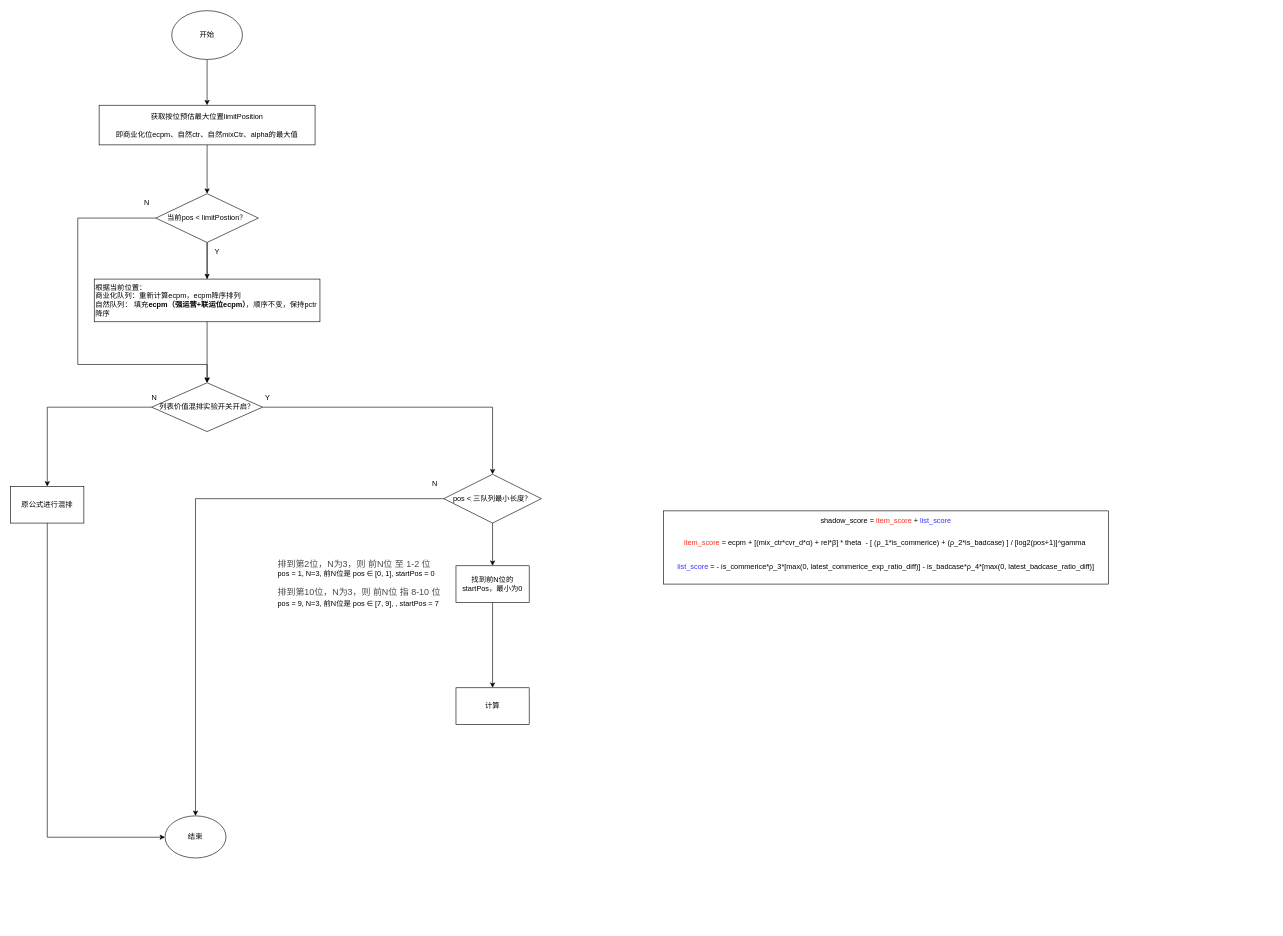
The draw.io diagram 22218713 【商店搜索】列表价值混排方法-虚拟价格.drawio in ETHAN0430/draw.io.repo, before the edit. Source tidied: cells renumbered, new cells numbered last; positions are measured from the earlier drawing's top-left corner, leaving out a move shared by most shapes. Both pictures are drawn from the tidied source at 61%, with x=0, y=0 at pixel (10, 10).
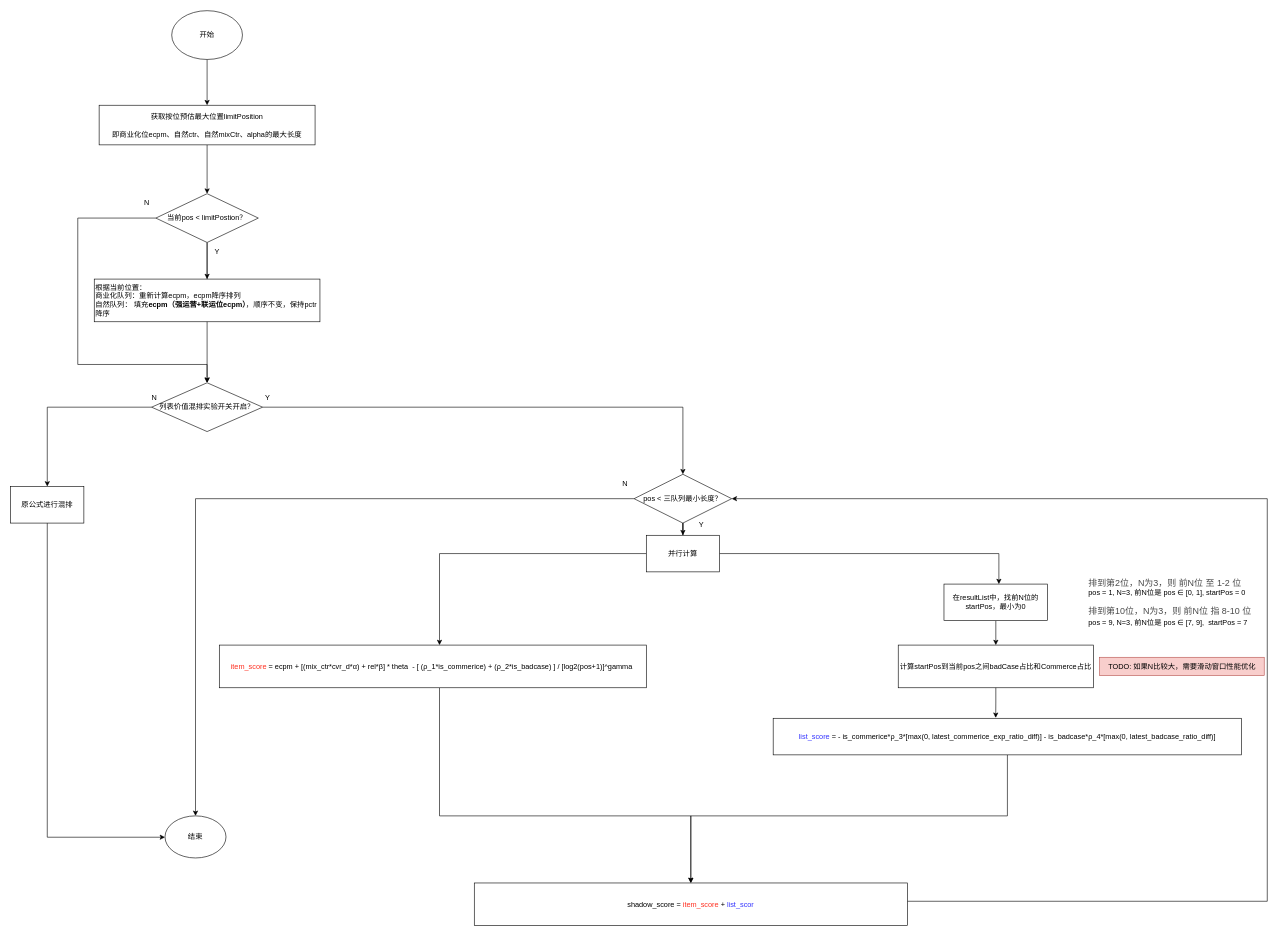
After the change.

Commit message:
更新22218713 【商店搜索】列表价值混排方法-虚拟价格.drawio

Diff of the diagram source:
```diff
@@
+    <mxCell id="30" style="edgeStyle=orthogonalEdgeStyle;rounded=0;jettySize=auto;html=1;entryX=1;entryY=0.5;entryDx=0;entryDy=0;" parent="1" edge="1" source="4" target="28">
+      <mxGeometry relative="1" as="geometry">
+        <Array as="points">
+          <mxPoint x="2060" y="1460" />
+          <mxPoint x="2060" y="800" />
+        </Array>
+      </mxGeometry>
+    </mxCell>
-    <mxCell id="4" value="&lt;span&gt;&lt;div style=&quot;line-height: 100%;&quot; class=&quot;ql-code-block ql-long-10203 ql-authorBlock-10203 ql-direction-ltr&quot;&gt;shadow_score &lt;span class=&quot;ql-token hljs-operator&quot;&gt;=&lt;/span&gt; &lt;font color=&quot;#ff2e1f&quot;&gt;item_score&lt;/font&gt; &lt;span class=&quot;ql-token hljs-operator&quot;&gt;+&lt;/span&gt; &lt;font color=&quot;#3333ff&quot;&gt;list_score&lt;/font&gt;&lt;br&gt;&lt;br&gt;&lt;span data-docs-delta=&quot;[[20,&amp;quot;item_score = ecpm + [(mix_ctr*cvr_d*α) + rel*β] * theta&amp;quot;],[20,&amp;quot;\n&amp;quot;,&amp;quot;24:\&amp;quot;LYW5\&amp;quot;|36:150|direction:\&amp;quot;ltr\&amp;quot;&amp;quot;],[20,&amp;quot;          - [ (ρ_1*is_commerice) + (ρ_2*is_badcase) ] / [log2(pos+1)]^gamma &amp;quot;],[20,&amp;quot;\n&amp;quot;,&amp;quot;24:\&amp;quot;6fk8\&amp;quot;|36:150|direction:\&amp;quot;ltr\&amp;quot;&amp;quot;]]&quot;&gt;&lt;pre&gt;&lt;font face=&quot;Helvetica&quot;&gt;&lt;font color=&quot;#ff2e1f&quot;&gt;item_score&lt;/font&gt; = ecpm + [(mix_ctr*cvr_d*α) + rel*β] * theta  - [ (ρ_1*is_commerice) + (ρ_2*is_badcase) ] / [log2(pos+1)]^gamma &lt;br&gt;&lt;br&gt;&lt;/font&gt;&lt;pre&gt;&lt;font face=&quot;Helvetica&quot;&gt;&lt;font color=&quot;#3333ff&quot;&gt;list_score&lt;/font&gt; = - is_commerice*ρ_3*[max(0, latest_commerice_exp_ratio_diff)] - is_badcase*ρ_4*[max(0, latest_badcase_ratio_diff)]&lt;/font&gt;&lt;/pre&gt;&lt;/pre&gt;&lt;/span&gt;&lt;/div&gt;&lt;/span&gt;" style="whiteSpace=wrap;html=1;" parent="1" vertex="1">
-      <mxGeometry x="1070" y="820" width="730" height="120" as="geometry" />
+    <mxCell id="4" value="&lt;span&gt;&lt;div style=&quot;line-height: 100%;&quot; class=&quot;ql-code-block ql-long-10203 ql-authorBlock-10203 ql-direction-ltr&quot;&gt;shadow_score &lt;span class=&quot;ql-token hljs-operator&quot;&gt;=&lt;/span&gt; &lt;font color=&quot;#ff2e1f&quot;&gt;item_score&lt;/font&gt; &lt;span class=&quot;ql-token hljs-operator&quot;&gt;+&lt;/span&gt; &lt;font color=&quot;#3333ff&quot;&gt;list_scor&lt;/font&gt;&lt;/div&gt;&lt;/span&gt;" style="whiteSpace=wrap;html=1;" parent="1" vertex="1">
+      <mxGeometry x="760" y="1430" width="710" height="70" as="geometry" />
     </mxCell>
@@
-    <mxCell id="6" value="获取按位预估最大位置limitPosition&lt;br&gt;&lt;br&gt;即商业化位ecpm、自然ctr、自然mixCtr、alpha的最大值" style="whiteSpace=wrap;html=1;" parent="1" vertex="1">
+    <mxCell id="6" value="获取按位预估最大位置limitPosition&lt;br&gt;&lt;br&gt;即商业化位ecpm、自然ctr、自然mixCtr、alpha的最大长度" style="whiteSpace=wrap;html=1;" parent="1" vertex="1">
       <mxGeometry x="145" y="155" width="354" height="65" as="geometry" />
     </mxCell>
@@
-    <mxCell id="22" value="&lt;span style=&quot;color: rgb(73, 73, 73); font-size: 14.6667px;&quot;&gt;排到第2位，N为3，则 前N位 至 1-2 位&lt;br&gt;&lt;/span&gt;pos = 1, N=3, 前N位是 pos ∈ [0, 1], startPos = 0&lt;br&gt;&lt;br style=&quot;color: rgb(73, 73, 73); font-size: 14.6667px;&quot;&gt;&lt;span style=&quot;color: rgb(73, 73, 73); font-size: 14.6667px;&quot;&gt;排到第10位，N为3，则 前N位 指 8-10 位&lt;br&gt;&lt;/span&gt;pos = 9, N=3, 前N位是 pos ∈ [7, 9], , startPos = 7&lt;span style=&quot;color: rgb(73, 73, 73); font-size: 14.6667px;&quot;&gt;&lt;br&gt;&lt;/span&gt;" style="text;html=1;align=left;verticalAlign=middle;strokeColor=none;fillColor=none;" parent="1" vertex="1">
-      <mxGeometry x="436" y="890" width="290" height="100" as="geometry" />
+    <mxCell id="22" value="&lt;span style=&quot;color: rgb(73, 73, 73); font-size: 14.6667px;&quot;&gt;排到第2位，N为3，则 前N位 至 1-2 位&lt;br&gt;&lt;/span&gt;pos = 1, N=3, 前N位是 pos ∈ [0, 1], startPos = 0&lt;br&gt;&lt;br style=&quot;color: rgb(73, 73, 73); font-size: 14.6667px;&quot;&gt;&lt;span style=&quot;color: rgb(73, 73, 73); font-size: 14.6667px;&quot;&gt;排到第10位，N为3，则 前N位 指 8-10 位&lt;br&gt;&lt;/span&gt;pos = 9, N=3, 前N位是 pos ∈ [7, 9],&amp;nbsp; startPos = 7&lt;span style=&quot;color: rgb(73, 73, 73); font-size: 14.6667px;&quot;&gt;&lt;br&gt;&lt;/span&gt;" style="text;html=1;align=left;verticalAlign=middle;strokeColor=none;fillColor=none;" parent="1" vertex="1">
+      <mxGeometry x="1765" y="920" width="290" height="100" as="geometry" />
     </mxCell>
@@
-    <mxCell id="24" value="找到前N位的startPos，最小为0" style="whiteSpace=wrap;html=1;" parent="1" vertex="1">
-      <mxGeometry x="730" y="910" width="120" height="60" as="geometry" />
+    <mxCell id="24" value="在resultList中，找前N位的startPos，最小为0" style="whiteSpace=wrap;html=1;" parent="1" vertex="1">
+      <mxGeometry x="1530" y="940" width="170" height="60" as="geometry" />
     </mxCell>
-    <mxCell id="25" value="计算" style="whiteSpace=wrap;html=1;" parent="1" vertex="1">
-      <mxGeometry x="730" y="1110" width="120" height="60" as="geometry" />
+    <mxCell id="25" value="计算startPos到当前pos之间badCase占比和Commerce占比" style="whiteSpace=wrap;html=1;" parent="1" vertex="1">
+      <mxGeometry x="1455" y="1040" width="320" height="70" as="geometry" />
     </mxCell>
@@
-    <mxCell id="27" style="edgeStyle=orthogonalEdgeStyle;rounded=0;jettySize=auto;html=1;entryX=0.5;entryY=0;entryDx=0;entryDy=0;" parent="1" edge="1" source="28" target="24">
-      <mxGeometry relative="1" as="geometry" />
-    </mxCell>
+    <mxCell id="31" style="edgeStyle=orthogonalEdgeStyle;rounded=0;jettySize=auto;html=1;" parent="1" edge="1" source="28" target="36">
+      <mxGeometry relative="1" as="geometry" />
+    </mxCell>
     <mxCell id="28" value="pos &amp;lt; 三队列最小长度？" style="rhombus;whiteSpace=wrap;html=1;" parent="1" vertex="1">
-      <mxGeometry x="710" y="760" width="160" height="80" as="geometry" />
+      <mxGeometry x="1022" y="760" width="160" height="80" as="geometry" />
     </mxCell>
     <mxCell id="29" value="N" style="text;html=1;align=center;verticalAlign=middle;strokeColor=none;fillColor=none;" parent="1" vertex="1">
-      <mxGeometry x="680" y="760" width="30" height="30" as="geometry" />
+      <mxGeometry x="992" y="760" width="30" height="30" as="geometry" />
     </mxCell>
+    <mxCell id="32" value="TODO: 如果N比较大，需要滑动窗口性能优化" style="text;html=1;align=center;verticalAlign=middle;strokeColor=#b85450;fillColor=#f8cecc;" parent="1" vertex="1">
+      <mxGeometry x="1785" y="1060" width="270" height="30" as="geometry" />
+    </mxCell>
+    <mxCell id="33" value="Y" style="text;html=1;align=center;verticalAlign=middle;strokeColor=none;fillColor=none;" parent="1" vertex="1">
+      <mxGeometry x="1117" y="828" width="30" height="30" as="geometry" />
+    </mxCell>
+    <mxCell id="34" style="edgeStyle=orthogonalEdgeStyle;rounded=0;jettySize=auto;html=1;" parent="1" edge="1" source="36" target="38">
+      <mxGeometry relative="1" as="geometry">
+        <Array as="points">
+          <mxPoint x="703" y="890" />
+        </Array>
+      </mxGeometry>
+    </mxCell>
+    <mxCell id="35" style="edgeStyle=orthogonalEdgeStyle;rounded=0;jettySize=auto;html=1;" parent="1" edge="1" source="36">
+      <mxGeometry relative="1" as="geometry">
+        <mxPoint x="1620" y="940" as="targetPoint" />
+        <Array as="points">
+          <mxPoint x="1620" y="890" />
+        </Array>
+      </mxGeometry>
+    </mxCell>
+    <mxCell id="36" value="并行计算" style="whiteSpace=wrap;html=1;" parent="1" vertex="1">
+      <mxGeometry x="1042" y="860" width="120" height="60" as="geometry" />
+    </mxCell>
+    <mxCell id="37" style="edgeStyle=orthogonalEdgeStyle;rounded=0;jettySize=auto;html=1;entryX=0.5;entryY=0;entryDx=0;entryDy=0;" parent="1" edge="1" source="38" target="4">
+      <mxGeometry relative="1" as="geometry">
+        <Array as="points">
+          <mxPoint x="703" y="1320" />
+          <mxPoint x="1115" y="1320" />
+        </Array>
+      </mxGeometry>
+    </mxCell>
+    <mxCell id="38" value="&lt;div&gt;&lt;font style=&quot;background-color: initial; white-space: pre;&quot; color=&quot;#ff2e1f&quot;&gt;item_score&lt;/font&gt;&lt;span style=&quot;background-color: initial; white-space: pre;&quot;&gt; = ecpm + [(mix_ctr*cvr_d*α) + rel*β] * theta  - [ (ρ_1*is_commerice) + (ρ_2*is_badcase) ] / [log2(pos+1)]^gamma &lt;/span&gt;&lt;br&gt;&lt;/div&gt;" style="whiteSpace=wrap;html=1;" parent="1" vertex="1">
+      <mxGeometry x="342" y="1040" width="700" height="70" as="geometry" />
+    </mxCell>
+    <mxCell id="39" style="edgeStyle=orthogonalEdgeStyle;rounded=0;jettySize=auto;html=1;entryX=0.5;entryY=0;entryDx=0;entryDy=0;" parent="1" edge="1" source="40" target="4">
+      <mxGeometry relative="1" as="geometry">
+        <Array as="points">
+          <mxPoint x="1634" y="1320" />
+          <mxPoint x="1115" y="1320" />
+        </Array>
+      </mxGeometry>
+    </mxCell>
+    <mxCell id="40" value="&lt;div&gt;&lt;font style=&quot;background-color: initial;&quot; color=&quot;#3333ff&quot;&gt;list_score&lt;/font&gt;&lt;span style=&quot;background-color: initial;&quot;&gt; = - is_commerice*ρ_3*[max(0, latest_commerice_exp_ratio_diff)] - is_badcase*ρ_4*[max(0, latest_badcase_ratio_diff)]&lt;/span&gt;&lt;br&gt;&lt;/div&gt;" style="whiteSpace=wrap;html=1;" parent="1" vertex="1">
+      <mxGeometry x="1250" y="1160" width="768" height="60" as="geometry" />
+    </mxCell>
+    <mxCell id="41" style="edgeStyle=orthogonalEdgeStyle;rounded=0;jettySize=auto;html=1;entryX=0.475;entryY=-0.012;entryDx=0;entryDy=0;entryPerimeter=0;" parent="1" edge="1" source="25" target="40">
+      <mxGeometry relative="1" as="geometry" />
+    </mxCell>
```
